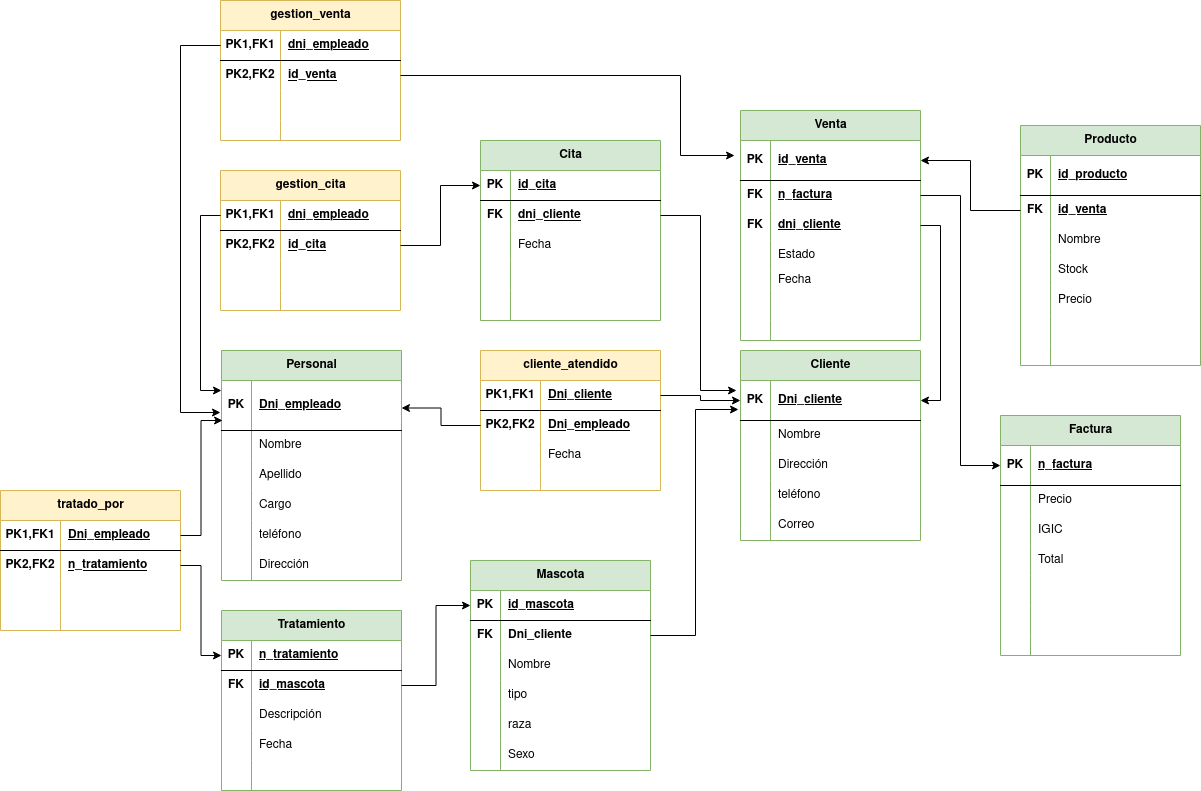
popadron/trabajoFINALBAE keeps this draw.io diagram as MR/ModeloRelacionalClínicaVeterinaria.drawio.png. Above is the earlier version. Source tidied: cells renumbered, new cells last; positions are measured from the earlier drawing's top-left corner, leaving out a move shared by most shapes.
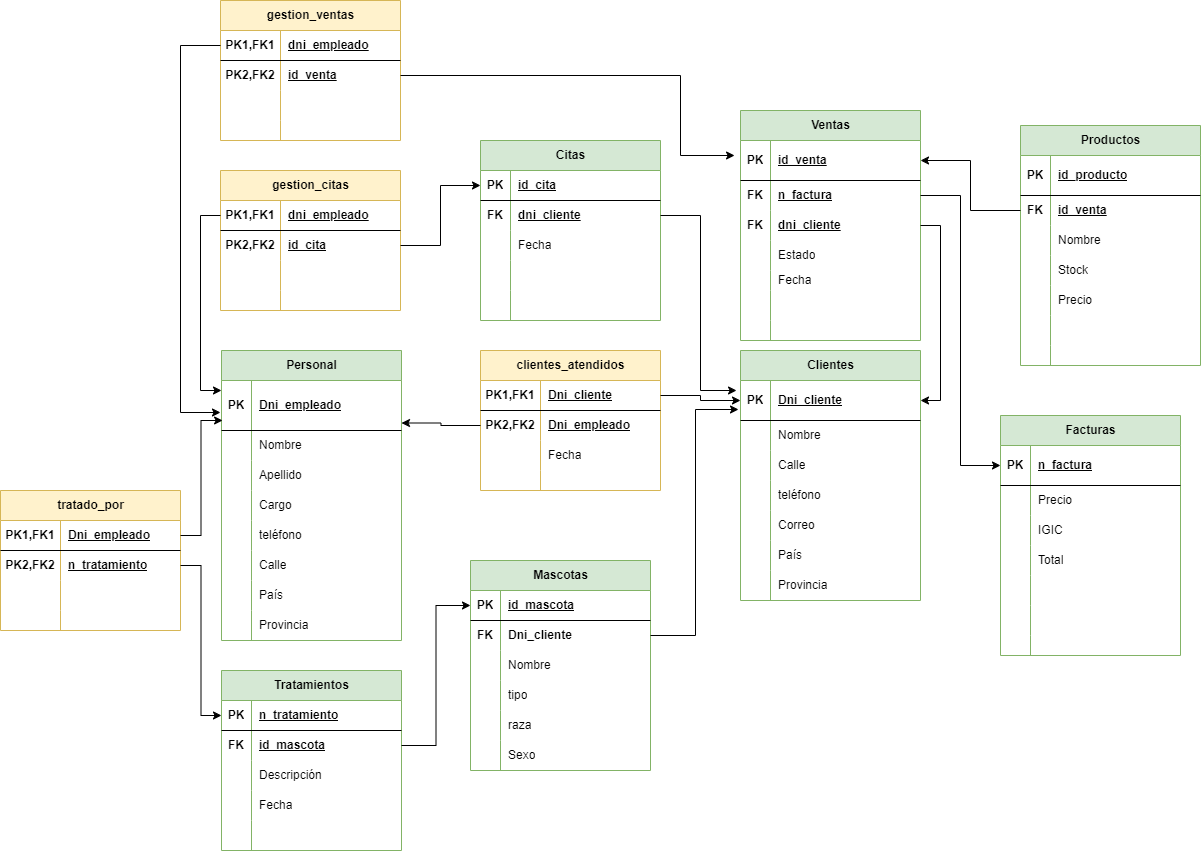
The same diagram one commit later.

What changed in the source:
```diff
@@ -2,8 +2,8 @@
   <root>
     <mxCell id="0" />
     <mxCell id="1" parent="0" />
-    <mxCell id="2" value="Cliente" style="shape=table;startSize=30;rowLines=0;fontStyle=1;align=center;html=1;fillColor=#d5e8d4;strokeColor=#82b366;" parent="1" vertex="1">
-      <mxGeometry x="740" y="350" width="180" height="190" as="geometry" />
+    <mxCell id="2" value="Clientes" style="shape=table;startSize=30;rowLines=0;fontStyle=1;align=center;html=1;fillColor=#d5e8d4;strokeColor=#82b366;" parent="1" vertex="1">
+      <mxGeometry x="740" y="350" width="180" height="250" as="geometry" />
     </mxCell>
     <mxCell id="3" style="shape=tableRow;horizontal=0;startSize=0;swimlaneHead=0;swimlaneBody=0;fillColor=none;points=[[0,0.5],[1,0.5]];portConstraint=eastwest;top=0;left=0;right=0;bottom=1;" parent="2" vertex="1">
       <mxGeometry y="30" width="180" height="40" as="geometry" />
@@ -29,7 +29,7 @@
     <mxCell id="10" style="shape=partialRectangle;fillColor=none;top=0;left=0;bottom=0;right=0;overflow=hidden;whiteSpace=wrap;html=1;" parent="9" vertex="1">
       <mxGeometry width="30" height="30" as="geometry" />
     </mxCell>
-    <mxCell id="11" value="Dirección" style="shape=partialRectangle;fillColor=none;top=0;left=0;bottom=0;right=0;align=left;spacingLeft=6;overflow=hidden;whiteSpace=wrap;html=1;" parent="9" vertex="1">
+    <mxCell id="11" value="Calle" style="shape=partialRectangle;fillColor=none;top=0;left=0;bottom=0;right=0;align=left;spacingLeft=6;overflow=hidden;whiteSpace=wrap;html=1;" parent="9" vertex="1">
       <mxGeometry x="30" width="150" height="30" as="geometry" />
     </mxCell>
     <mxCell id="12" style="shape=tableRow;horizontal=0;startSize=0;swimlaneHead=0;swimlaneBody=0;fillColor=none;top=0;left=0;right=0;bottom=0;" parent="2" vertex="1">
@@ -50,7 +50,25 @@
     <mxCell id="17" value="Correo" style="shape=partialRectangle;fillColor=none;top=0;left=0;bottom=0;right=0;align=left;spacingLeft=6;overflow=hidden;whiteSpace=wrap;html=1;" parent="15" vertex="1">
       <mxGeometry x="30" width="150" height="30" as="geometry" />
     </mxCell>
+    <mxCell id="220" style="shape=tableRow;horizontal=0;startSize=0;swimlaneHead=0;swimlaneBody=0;fillColor=none;top=0;left=0;right=0;bottom=0;" parent="2" vertex="1">
+      <mxGeometry y="190" width="180" height="30" as="geometry" />
+    </mxCell>
+    <mxCell id="221" style="shape=partialRectangle;fillColor=none;top=0;left=0;bottom=0;right=0;overflow=hidden;whiteSpace=wrap;html=1;" parent="220" vertex="1">
+      <mxGeometry width="30" height="30" as="geometry" />
+    </mxCell>
+    <mxCell id="222" value="País&lt;span style=&quot;white-space: pre;&quot;&gt;&#9;&lt;/span&gt;" style="shape=partialRectangle;fillColor=none;top=0;left=0;bottom=0;right=0;align=left;spacingLeft=6;overflow=hidden;whiteSpace=wrap;html=1;" parent="220" vertex="1">
+      <mxGeometry x="30" width="150" height="30" as="geometry" />
+    </mxCell>
+    <mxCell id="223" style="shape=tableRow;horizontal=0;startSize=0;swimlaneHead=0;swimlaneBody=0;fillColor=none;top=0;left=0;right=0;bottom=0;" parent="2" vertex="1">
+      <mxGeometry y="220" width="180" height="30" as="geometry" />
+    </mxCell>
+    <mxCell id="224" style="shape=partialRectangle;fillColor=none;top=0;left=0;bottom=0;right=0;overflow=hidden;whiteSpace=wrap;html=1;" parent="223" vertex="1">
+      <mxGeometry width="30" height="30" as="geometry" />
+    </mxCell>
+    <mxCell id="225" value="Provincia" style="shape=partialRectangle;fillColor=none;top=0;left=0;bottom=0;right=0;align=left;spacingLeft=6;overflow=hidden;whiteSpace=wrap;html=1;" parent="223" vertex="1">
+      <mxGeometry x="30" width="150" height="30" as="geometry" />
+    </mxCell>
-    <mxCell id="18" value="cliente_atendido" style="shape=table;startSize=30;rowLines=0;fontStyle=1;align=center;html=1;fillColor=#fff2cc;strokeColor=#d6b656;" parent="1" vertex="1">
+    <mxCell id="18" value="clientes_atendidos" style="shape=table;startSize=30;rowLines=0;fontStyle=1;align=center;html=1;fillColor=#fff2cc;strokeColor=#d6b656;" parent="1" vertex="1">
       <mxGeometry x="480" y="350" width="180" height="140" as="geometry" />
     </mxCell>
     <mxCell id="19" style="shape=tableRow;horizontal=0;startSize=0;swimlaneHead=0;swimlaneBody=0;fillColor=none;points=[[0,0.5],[1,0.5]];portConstraint=eastwest;top=0;left=0;right=0;bottom=1;" parent="18" vertex="1">
@@ -90,7 +108,7 @@
       <mxGeometry x="60" width="120" height="20" as="geometry" />
     </mxCell>
     <mxCell id="31" value="Personal" style="shape=table;startSize=30;rowLines=0;fontStyle=1;align=center;html=1;fillColor=#d5e8d4;strokeColor=#82b366;" parent="1" vertex="1">
-      <mxGeometry x="221" y="350" width="180" height="230" as="geometry" />
+      <mxGeometry x="221" y="350" width="180" height="290" as="geometry" />
     </mxCell>
     <mxCell id="32" style="shape=tableRow;horizontal=0;startSize=0;swimlaneHead=0;swimlaneBody=0;fillColor=none;points=[[0,0.5],[1,0.5]];portConstraint=eastwest;top=0;left=0;right=0;bottom=1;" parent="31" vertex="1">
       <mxGeometry y="30" width="180" height="50" as="geometry" />
@@ -143,16 +161,34 @@
     <mxCell id="48" style="shape=partialRectangle;fillColor=none;top=0;left=0;bottom=0;right=0;overflow=hidden;whiteSpace=wrap;html=1;" parent="47" vertex="1">
       <mxGeometry width="30" height="30" as="geometry" />
     </mxCell>
-    <mxCell id="49" value="Dirección" style="shape=partialRectangle;fillColor=none;top=0;left=0;bottom=0;right=0;align=left;spacingLeft=6;overflow=hidden;whiteSpace=wrap;html=1;" parent="47" vertex="1">
+    <mxCell id="49" value="Calle" style="shape=partialRectangle;fillColor=none;top=0;left=0;bottom=0;right=0;align=left;spacingLeft=6;overflow=hidden;whiteSpace=wrap;html=1;" parent="47" vertex="1">
       <mxGeometry x="30" width="150" height="30" as="geometry" />
     </mxCell>
+    <mxCell id="226" style="shape=tableRow;horizontal=0;startSize=0;swimlaneHead=0;swimlaneBody=0;fillColor=none;top=0;left=0;right=0;bottom=0;" parent="31" vertex="1">
+      <mxGeometry y="230" width="180" height="30" as="geometry" />
+    </mxCell>
+    <mxCell id="227" style="shape=partialRectangle;fillColor=none;top=0;left=0;bottom=0;right=0;overflow=hidden;whiteSpace=wrap;html=1;" parent="226" vertex="1">
+      <mxGeometry width="30" height="30" as="geometry" />
+    </mxCell>
+    <mxCell id="228" value="País" style="shape=partialRectangle;fillColor=none;top=0;left=0;bottom=0;right=0;align=left;spacingLeft=6;overflow=hidden;whiteSpace=wrap;html=1;" parent="226" vertex="1">
+      <mxGeometry x="30" width="150" height="30" as="geometry" />
+    </mxCell>
+    <mxCell id="229" style="shape=tableRow;horizontal=0;startSize=0;swimlaneHead=0;swimlaneBody=0;fillColor=none;top=0;left=0;right=0;bottom=0;" parent="31" vertex="1">
+      <mxGeometry y="260" width="180" height="30" as="geometry" />
+    </mxCell>
+    <mxCell id="230" style="shape=partialRectangle;fillColor=none;top=0;left=0;bottom=0;right=0;overflow=hidden;whiteSpace=wrap;html=1;" parent="229" vertex="1">
+      <mxGeometry width="30" height="30" as="geometry" />
+    </mxCell>
+    <mxCell id="231" value="Provincia" style="shape=partialRectangle;fillColor=none;top=0;left=0;bottom=0;right=0;align=left;spacingLeft=6;overflow=hidden;whiteSpace=wrap;html=1;" parent="229" vertex="1">
+      <mxGeometry x="30" width="150" height="30" as="geometry" />
+    </mxCell>
     <mxCell id="50" style="edgeStyle=orthogonalEdgeStyle;rounded=0;jettySize=auto;html=1;exitX=1;exitY=0.5;exitDx=0;exitDy=0;entryX=0;entryY=0.5;entryDx=0;entryDy=0;" parent="1" edge="1" source="19" target="3">
       <mxGeometry relative="1" as="geometry" />
     </mxCell>
     <mxCell id="51" style="edgeStyle=orthogonalEdgeStyle;rounded=0;jettySize=auto;html=1;exitX=0;exitY=0.5;exitDx=0;exitDy=0;entryX=1;entryY=0.25;entryDx=0;entryDy=0;" parent="1" edge="1" source="22" target="31">
       <mxGeometry relative="1" as="geometry" />
     </mxCell>
-    <mxCell id="52" value="Mascota" style="shape=table;startSize=30;rowLines=0;fontStyle=1;align=center;html=1;fillColor=#d5e8d4;strokeColor=#82b366;" parent="1" vertex="1">
+    <mxCell id="52" value="Mascotas" style="shape=table;startSize=30;rowLines=0;fontStyle=1;align=center;html=1;fillColor=#d5e8d4;strokeColor=#82b366;" parent="1" vertex="1">
       <mxGeometry x="470" y="560" width="180" height="210" as="geometry" />
     </mxCell>
     <mxCell id="53" style="shape=tableRow;horizontal=0;startSize=0;swimlaneHead=0;swimlaneBody=0;fillColor=none;points=[[0,0.5],[1,0.5]];portConstraint=eastwest;top=0;left=0;right=0;bottom=1;" parent="52" vertex="1">
@@ -209,7 +245,7 @@
     <mxCell id="70" value="Sexo" style="shape=partialRectangle;fillColor=none;top=0;left=0;bottom=0;right=0;align=left;spacingLeft=6;overflow=hidden;whiteSpace=wrap;html=1;" parent="68" vertex="1">
       <mxGeometry x="30" width="150" height="30" as="geometry" />
     </mxCell>
-    <mxCell id="71" value="Venta" style="shape=table;startSize=30;rowLines=0;fontStyle=1;align=center;html=1;fillColor=#d5e8d4;strokeColor=#82b366;" parent="1" vertex="1">
+    <mxCell id="71" value="Ventas" style="shape=table;startSize=30;rowLines=0;fontStyle=1;align=center;html=1;fillColor=#d5e8d4;strokeColor=#82b366;" parent="1" vertex="1">
       <mxGeometry x="740" y="110" width="180" height="230" as="geometry" />
     </mxCell>
     <mxCell id="72" style="shape=tableRow;horizontal=0;startSize=0;swimlaneHead=0;swimlaneBody=0;fillColor=none;points=[[0,0.5],[1,0.5]];portConstraint=eastwest;top=0;left=0;right=0;bottom=1;" parent="71" vertex="1">
@@ -275,7 +311,7 @@
     <mxCell id="92" style="shape=partialRectangle;fillColor=none;top=0;left=0;bottom=0;right=0;align=left;spacingLeft=6;overflow=hidden;whiteSpace=wrap;html=1;" parent="90" vertex="1">
       <mxGeometry x="30" width="150" height="20" as="geometry" />
     </mxCell>
-    <mxCell id="93" value="Cita" style="shape=table;startSize=30;rowLines=0;fontStyle=1;align=center;html=1;fillColor=#d5e8d4;strokeColor=#82b366;" parent="1" vertex="1">
+    <mxCell id="93" value="Citas" style="shape=table;startSize=30;rowLines=0;fontStyle=1;align=center;html=1;fillColor=#d5e8d4;strokeColor=#82b366;" parent="1" vertex="1">
       <mxGeometry x="480" y="140" width="180" height="180" as="geometry" />
     </mxCell>
     <mxCell id="94" style="shape=tableRow;horizontal=0;startSize=0;swimlaneHead=0;swimlaneBody=0;fillColor=none;points=[[0,0.5],[1,0.5]];portConstraint=eastwest;top=0;left=0;right=0;bottom=1;" parent="93" vertex="1">
@@ -329,8 +365,8 @@
     <mxCell id="110" style="edgeStyle=orthogonalEdgeStyle;rounded=0;jettySize=auto;html=1;exitX=1;exitY=0.5;exitDx=0;exitDy=0;entryX=-0.022;entryY=0.25;entryDx=0;entryDy=0;entryPerimeter=0;" parent="1" edge="1" source="97" target="3">
       <mxGeometry relative="1" as="geometry" />
     </mxCell>
-    <mxCell id="111" value="Tratamiento" style="shape=table;startSize=30;rowLines=0;fontStyle=1;align=center;html=1;fillColor=#d5e8d4;strokeColor=#82b366;" parent="1" vertex="1">
-      <mxGeometry x="221" y="610" width="180" height="180" as="geometry" />
+    <mxCell id="111" value="Tratamientos" style="shape=table;startSize=30;rowLines=0;fontStyle=1;align=center;html=1;fillColor=#d5e8d4;strokeColor=#82b366;" parent="1" vertex="1">
+      <mxGeometry x="221" y="670" width="180" height="180" as="geometry" />
     </mxCell>
     <mxCell id="112" style="shape=tableRow;horizontal=0;startSize=0;swimlaneHead=0;swimlaneBody=0;fillColor=none;points=[[0,0.5],[1,0.5]];portConstraint=eastwest;top=0;left=0;right=0;bottom=1;" parent="111" vertex="1">
       <mxGeometry y="30" width="180" height="30" as="geometry" />
@@ -422,7 +458,7 @@
     <mxCell id="141" style="edgeStyle=orthogonalEdgeStyle;rounded=0;jettySize=auto;html=1;exitX=1;exitY=0.5;exitDx=0;exitDy=0;entryX=0;entryY=0.5;entryDx=0;entryDy=0;" parent="1" edge="1" source="132" target="112">
       <mxGeometry relative="1" as="geometry" />
     </mxCell>
-    <mxCell id="142" value="gestion_cita" style="shape=table;startSize=30;rowLines=0;fontStyle=1;align=center;html=1;fillColor=#fff2cc;strokeColor=#d6b656;" parent="1" vertex="1">
+    <mxCell id="142" value="gestion_citas" style="shape=table;startSize=30;rowLines=0;fontStyle=1;align=center;html=1;fillColor=#fff2cc;strokeColor=#d6b656;" parent="1" vertex="1">
       <mxGeometry x="220" y="170" width="180" height="140" as="geometry" />
     </mxCell>
     <mxCell id="143" style="shape=tableRow;horizontal=0;startSize=0;swimlaneHead=0;swimlaneBody=0;fillColor=none;points=[[0,0.5],[1,0.5]];portConstraint=eastwest;top=0;left=0;right=0;bottom=1;" parent="142" vertex="1">
@@ -467,7 +503,7 @@
     <mxCell id="156" style="edgeStyle=orthogonalEdgeStyle;rounded=0;jettySize=auto;html=1;exitX=0;exitY=0.5;exitDx=0;exitDy=0;entryX=0;entryY=0.2;entryDx=0;entryDy=0;entryPerimeter=0;" parent="1" edge="1" source="143" target="32">
       <mxGeometry relative="1" as="geometry" />
     </mxCell>
-    <mxCell id="157" value="gestion_venta" style="shape=table;startSize=30;rowLines=0;fontStyle=1;align=center;html=1;fillColor=#fff2cc;strokeColor=#d6b656;" parent="1" vertex="1">
+    <mxCell id="157" value="gestion_ventas" style="shape=table;startSize=30;rowLines=0;fontStyle=1;align=center;html=1;fillColor=#fff2cc;strokeColor=#d6b656;" parent="1" vertex="1">
       <mxGeometry x="220" width="180" height="140" as="geometry" />
     </mxCell>
     <mxCell id="158" style="shape=tableRow;horizontal=0;startSize=0;swimlaneHead=0;swimlaneBody=0;fillColor=none;points=[[0,0.5],[1,0.5]];portConstraint=eastwest;top=0;left=0;right=0;bottom=1;" parent="157" vertex="1">
@@ -518,7 +554,7 @@
         </Array>
       </mxGeometry>
     </mxCell>
-    <mxCell id="172" value="Producto" style="shape=table;startSize=30;rowLines=0;fontStyle=1;align=center;html=1;fillColor=#d5e8d4;strokeColor=#82b366;" parent="1" vertex="1">
+    <mxCell id="172" value="Productos" style="shape=table;startSize=30;rowLines=0;fontStyle=1;align=center;html=1;fillColor=#d5e8d4;strokeColor=#82b366;" parent="1" vertex="1">
       <mxGeometry x="1020" y="125" width="180" height="240" as="geometry" />
     </mxCell>
     <mxCell id="173" style="shape=tableRow;horizontal=0;startSize=0;swimlaneHead=0;swimlaneBody=0;fillColor=none;top=0;left=0;right=0;bottom=1;" parent="172" vertex="1">
@@ -587,7 +623,7 @@
     <mxCell id="194" style="edgeStyle=orthogonalEdgeStyle;rounded=0;jettySize=auto;html=1;exitX=0;exitY=0.5;exitDx=0;exitDy=0;entryX=1;entryY=0.5;entryDx=0;entryDy=0;" parent="1" edge="1" source="176" target="72">
       <mxGeometry relative="1" as="geometry" />
     </mxCell>
-    <mxCell id="195" value="Factura" style="shape=table;startSize=30;rowLines=0;fontStyle=1;align=center;html=1;fillColor=#d5e8d4;strokeColor=#82b366;" parent="1" vertex="1">
+    <mxCell id="195" value="Facturas" style="shape=table;startSize=30;rowLines=0;fontStyle=1;align=center;html=1;fillColor=#d5e8d4;strokeColor=#82b366;" parent="1" vertex="1">
       <mxGeometry x="1000" y="415" width="180" height="240" as="geometry" />
     </mxCell>
     <mxCell id="196" style="shape=tableRow;horizontal=0;startSize=0;swimlaneHead=0;swimlaneBody=0;fillColor=none;points=[[0,0.5],[1,0.5]];portConstraint=eastwest;top=0;left=0;right=0;bottom=1;" parent="195" vertex="1">
```
